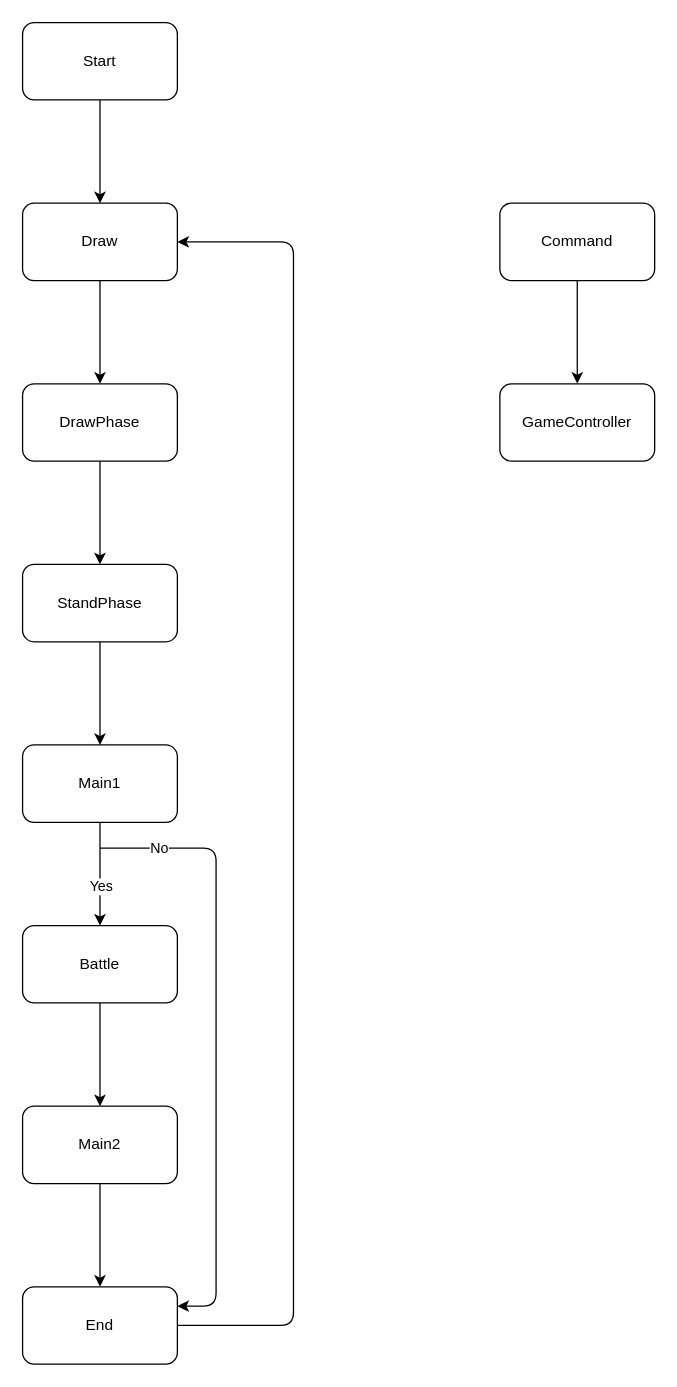
Before: Assets/SystemDesign.drawio in JianMaster/yu-gi-oh_training, a draw.io diagram. Source tidied: cells renumbered, new cells numbered last; positions are measured from the earlier drawing's top-left corner, leaving out a move shared by most shapes. Both pictures are drawn from the tidied source at 129%, with x=0, y=0 at pixel (22, 22).
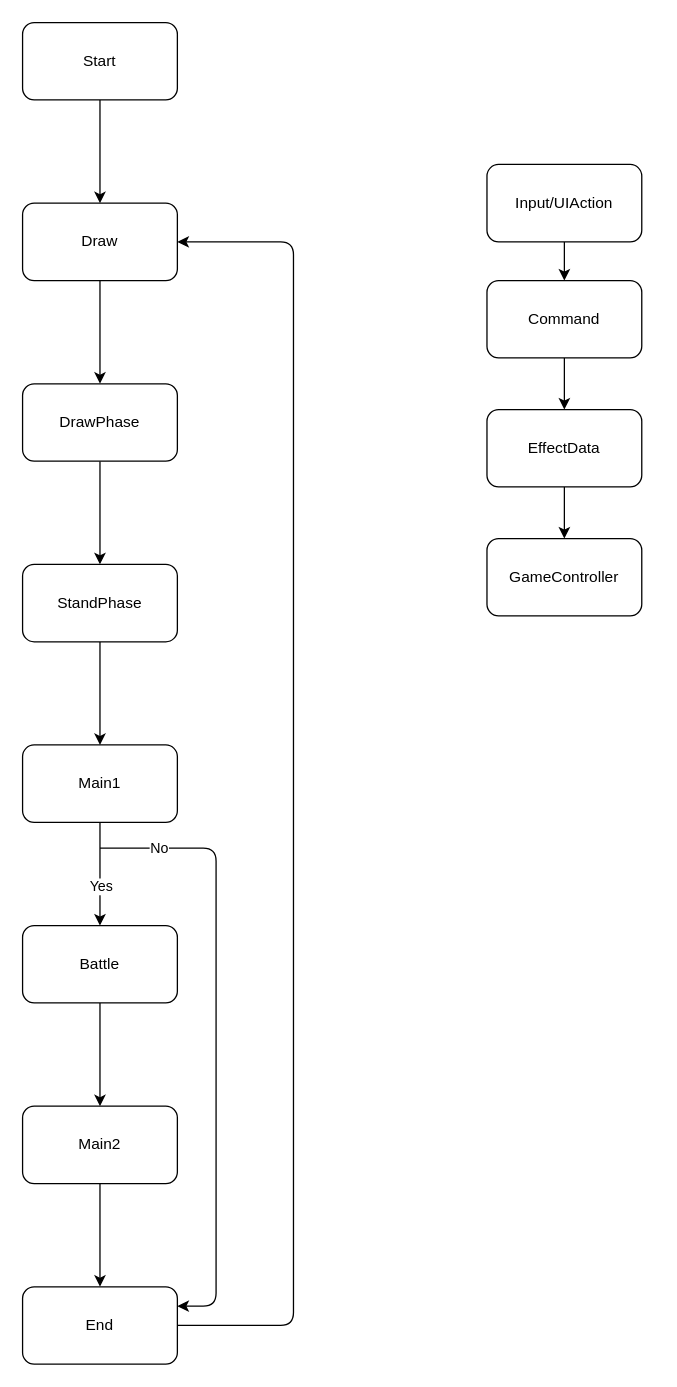
Above is the later version.

Change to the diagram source:
```diff
@@
-    <mxCell id="21" style="edgeStyle=none;html=1;" parent="1" edge="1" source="22" target="23">
-      <mxGeometry relative="1" as="geometry" />
-    </mxCell>
+    <mxCell id="24" style="edgeStyle=none;html=1;" parent="1" edge="1" source="22" target="28">
+      <mxGeometry relative="1" as="geometry" />
+    </mxCell>
-    <mxCell id="22" value="Command" style="rounded=1;whiteSpace=wrap;html=1;" parent="1" vertex="1">
-      <mxGeometry x="370" y="140" width="120" height="60" as="geometry" />
+    <mxCell id="22" value="Input/UIAction" style="rounded=1;whiteSpace=wrap;html=1;" parent="1" vertex="1">
+      <mxGeometry x="360" y="110" width="120" height="60" as="geometry" />
     </mxCell>
     <mxCell id="23" value="GameController" style="whiteSpace=wrap;html=1;rounded=1;" parent="1" vertex="1">
-      <mxGeometry x="370" y="280" width="120" height="60" as="geometry" />
+      <mxGeometry x="360" y="400" width="120" height="60" as="geometry" />
     </mxCell>
+    <mxCell id="25" style="edgeStyle=none;html=1;exitX=0.5;exitY=1;exitDx=0;exitDy=0;entryX=0.5;entryY=0;entryDx=0;entryDy=0;" parent="1" edge="1" source="26" target="23">
+      <mxGeometry relative="1" as="geometry" />
+    </mxCell>
+    <mxCell id="26" value="EffectData" style="whiteSpace=wrap;html=1;rounded=1;" parent="1" vertex="1">
+      <mxGeometry x="360" y="300" width="120" height="60" as="geometry" />
+    </mxCell>
+    <mxCell id="27" style="edgeStyle=none;html=1;exitX=0.5;exitY=1;exitDx=0;exitDy=0;entryX=0.5;entryY=0;entryDx=0;entryDy=0;" parent="1" edge="1" source="28" target="26">
+      <mxGeometry relative="1" as="geometry" />
+    </mxCell>
+    <mxCell id="28" value="Command" style="rounded=1;whiteSpace=wrap;html=1;" parent="1" vertex="1">
+      <mxGeometry x="360" y="200" width="120" height="60" as="geometry" />
+    </mxCell>
```
